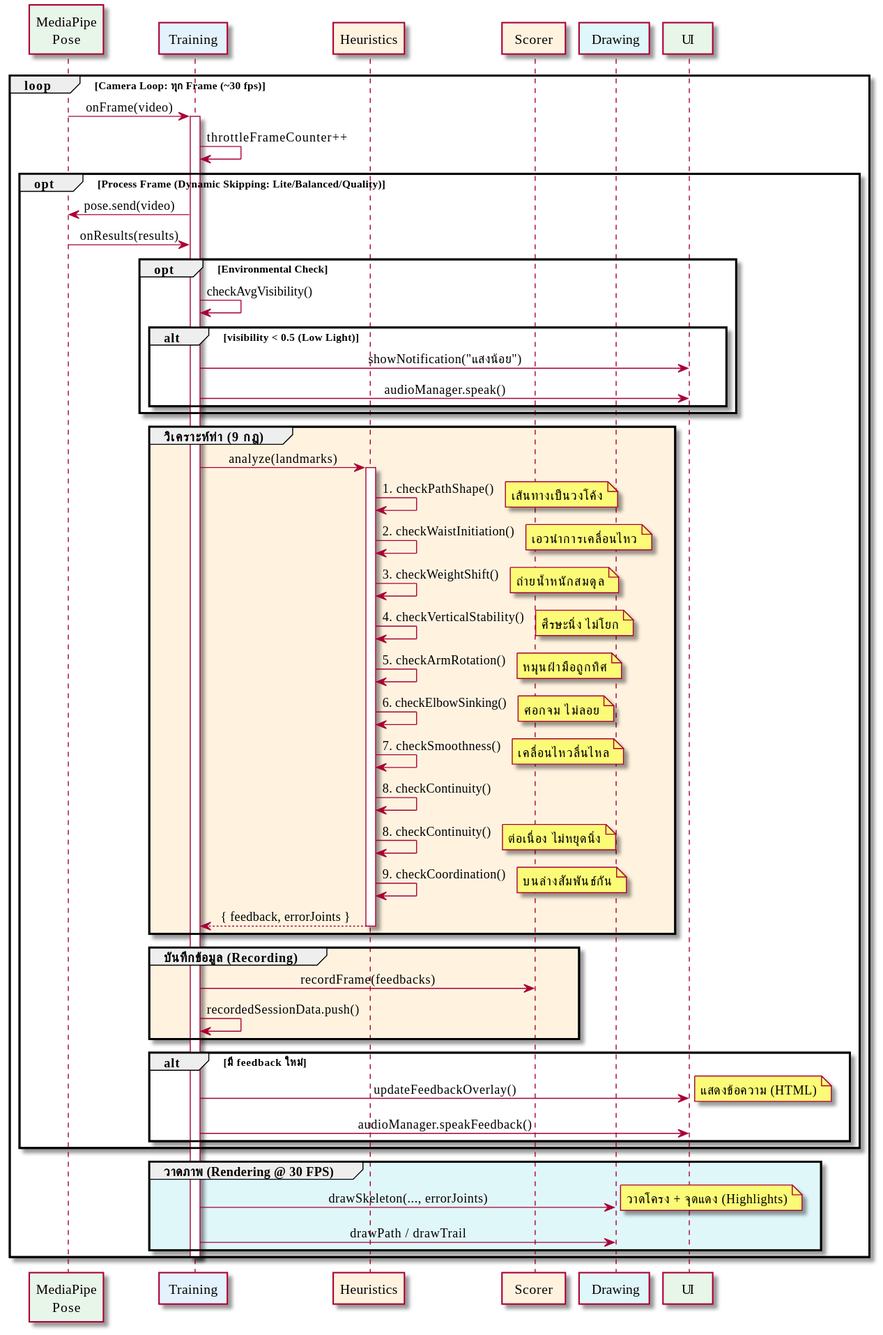
The PlantUML diagram out/docs/diagrams/SequenceDiagram_RealtimeAnalysis/SequenceDiagram_RealtimeAnalysis.svg in vyut/TaijiFlow, before a commit.
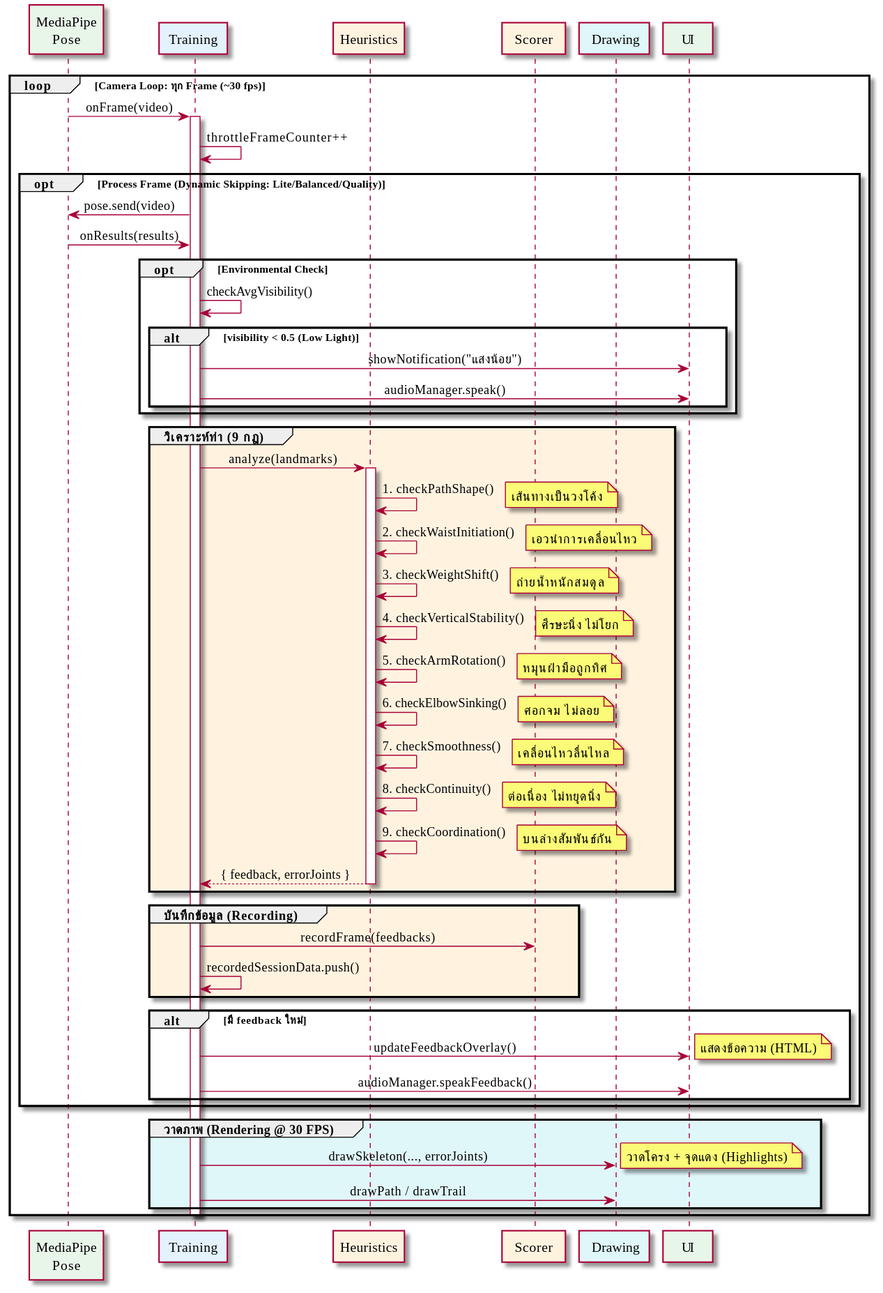
Above is the later version.

The edit, as a diff of the source:
```diff
@@ -56,7 +56,6 @@
             note right: เคลื่อนไหวลื่นไหล
 
             Heuristics -> Heuristics : 8. checkContinuity()
-            Heuristics -> Heuristics : 8. checkContinuity()
             note right: ต่อเนื่อง ไม่หยุดนิ่ง
 
             Heuristics -> Heuristics : 9. checkCoordination()
```
